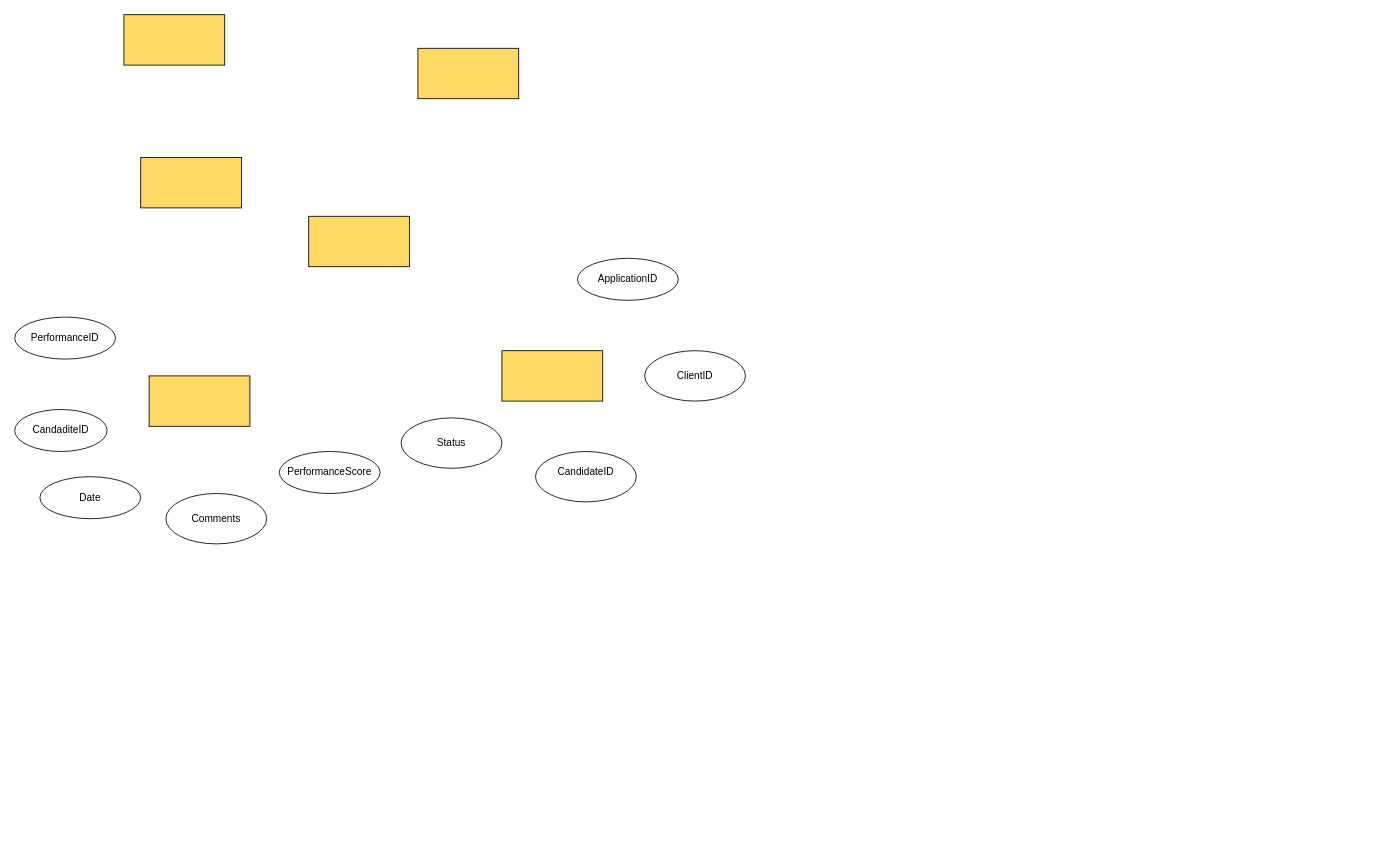
The draw.io diagram shcema.drawio in JPGR11/DataBaseCompetition, before the edit. Source tidied: cells renumbered, new cells numbered last; positions are measured from the earlier drawing's top-left corner, leaving out a move shared by most shapes. Both pictures are drawn from the tidied source at 84%, with x=0, y=0 at pixel (14, 14).
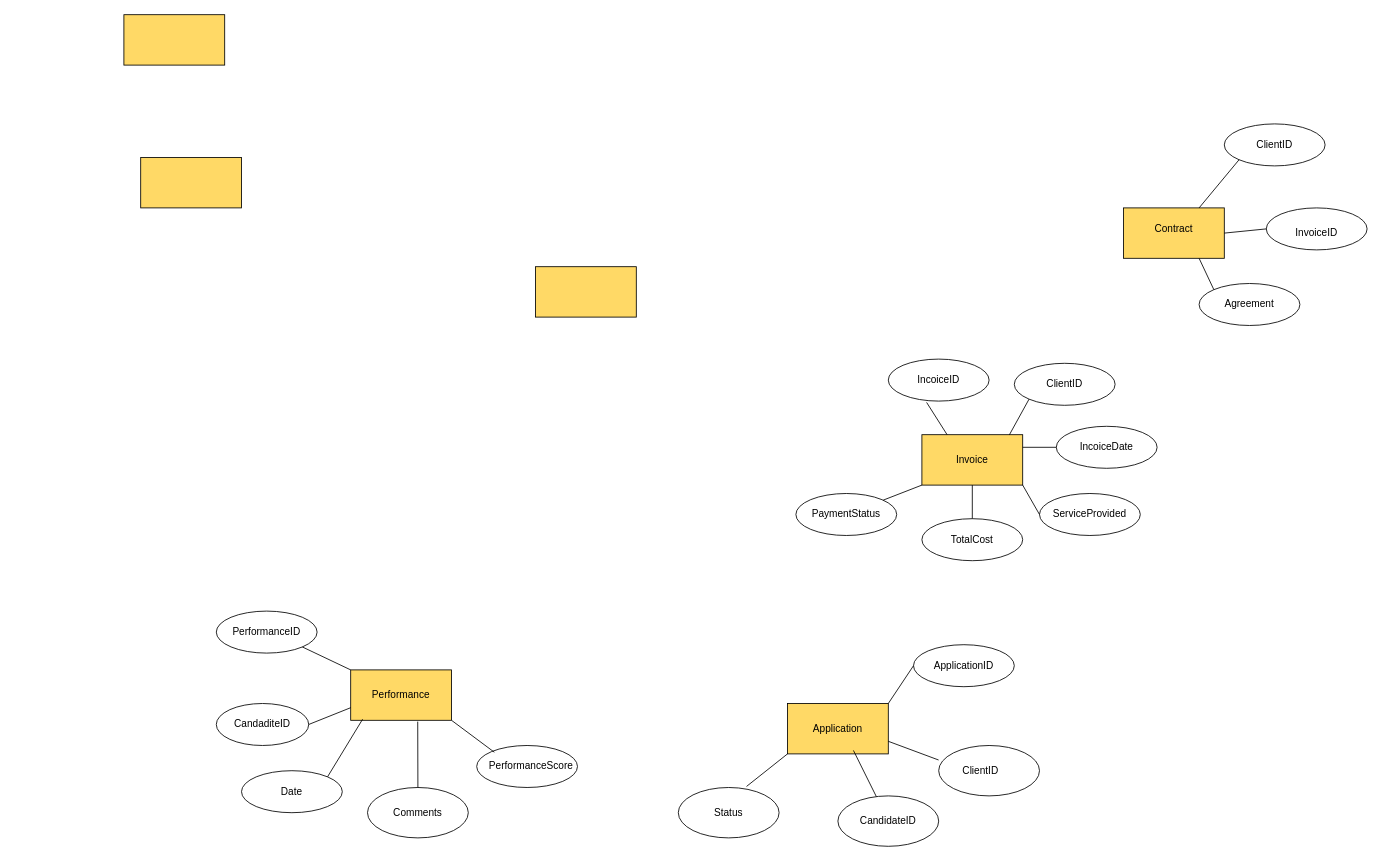
The same diagram, later.

The edit, as a diff of the source:
```diff
@@
     <mxCell id="3" style="rounded=0;whiteSpace=wrap;html=1;fillColor=#FFD966;" parent="1" vertex="1">
-      <mxGeometry x="350" y="240" width="120" height="60" as="geometry" />
+      <mxGeometry x="620" y="300" width="120" height="60" as="geometry" />
     </mxCell>
-    <mxCell id="4" style="rounded=0;whiteSpace=wrap;html=1;fillColor=#FFD966;" parent="1" vertex="1">
-      <mxGeometry x="160" y="430" width="120" height="60" as="geometry" />
-    </mxCell>
@@
-    <mxCell id="6" style="rounded=0;whiteSpace=wrap;html=1;fillColor=#FFD966;" parent="1" vertex="1">
-      <mxGeometry x="580" y="400" width="120" height="60" as="geometry" />
-    </mxCell>
-    <mxCell id="7" style="rounded=0;whiteSpace=wrap;html=1;fillColor=#FFD966;" parent="1" vertex="1">
-      <mxGeometry x="480" y="40" width="120" height="60" as="geometry" />
-    </mxCell>
-    <mxCell id="8" style="ellipse;whiteSpace=wrap;html=1;" parent="1" vertex="1">
-      <mxGeometry y="360" width="120" height="50" as="geometry" />
-    </mxCell>
-    <mxCell id="9" style="ellipse;whiteSpace=wrap;html=1;" parent="1" vertex="1">
-      <mxGeometry y="470" width="110" height="50" as="geometry" />
-    </mxCell>
     <mxCell id="10" style="ellipse;whiteSpace=wrap;html=1;" parent="1" vertex="1">
-      <mxGeometry x="315" y="520" width="120" height="50" as="geometry" />
+      <mxGeometry x="550" y="870" width="120" height="50" as="geometry" />
     </mxCell>
-    <mxCell id="11" style="ellipse;whiteSpace=wrap;html=1;" parent="1" vertex="1">
-      <mxGeometry x="180" y="570" width="120" height="60" as="geometry" />
-    </mxCell>
-    <mxCell id="12" style="ellipse;whiteSpace=wrap;html=1;" parent="1" vertex="1">
-      <mxGeometry x="30" y="550" width="120" height="50" as="geometry" />
-    </mxCell>
+    <mxCell id="26" style="rounded=0;whiteSpace=wrap;html=1;fillColor=#FFD966;" parent="1" vertex="1">
+      <mxGeometry x="1320" y="230" width="120" height="60" as="geometry" />
+    </mxCell>
+    <mxCell id="27" style="rounded=0;whiteSpace=wrap;html=1;fillColor=#FFD966;" parent="1" vertex="1">
+      <mxGeometry x="400" y="780" width="120" height="60" as="geometry" />
+    </mxCell>
+    <mxCell id="28" style="ellipse;whiteSpace=wrap;html=1;" parent="1" vertex="1">
+      <mxGeometry x="240" y="710" width="120" height="50" as="geometry" />
+    </mxCell>
+    <mxCell id="29" style="ellipse;whiteSpace=wrap;html=1;" parent="1" vertex="1">
+      <mxGeometry x="240" y="820" width="110" height="50" as="geometry" />
+    </mxCell>
+    <mxCell id="30" style="ellipse;whiteSpace=wrap;html=1;" parent="1" vertex="1">
+      <mxGeometry x="420" y="920" width="120" height="60" as="geometry" />
+    </mxCell>
+    <mxCell id="31" style="ellipse;whiteSpace=wrap;html=1;" parent="1" vertex="1">
+      <mxGeometry x="270" y="900" width="120" height="50" as="geometry" />
+    </mxCell>
     <mxCell id="13" value="PerformanceScore" style="text;html=1;align=center;verticalAlign=middle;whiteSpace=wrap;rounded=0;" parent="1" vertex="1">
-      <mxGeometry x="345" y="530" width="60" height="30" as="geometry" />
+      <mxGeometry x="585" y="880" width="60" height="30" as="geometry" />
     </mxCell>
     <mxCell id="14" value="Comments" style="text;html=1;align=center;verticalAlign=middle;whiteSpace=wrap;rounded=0;" parent="1" vertex="1">
-      <mxGeometry x="210" y="585" width="60" height="30" as="geometry" />
+      <mxGeometry x="450" y="935" width="60" height="30" as="geometry" />
     </mxCell>
     <mxCell id="15" value="Date" style="text;html=1;align=center;verticalAlign=middle;whiteSpace=wrap;rounded=0;" parent="1" vertex="1">
-      <mxGeometry x="60" y="560" width="60" height="30" as="geometry" />
+      <mxGeometry x="300" y="910" width="60" height="30" as="geometry" />
     </mxCell>
     <mxCell id="16" value="CandaditeID" style="text;html=1;align=center;verticalAlign=middle;whiteSpace=wrap;rounded=0;" parent="1" vertex="1">
-      <mxGeometry x="25" y="480" width="60" height="30" as="geometry" />
+      <mxGeometry x="265" y="830" width="60" height="30" as="geometry" />
     </mxCell>
     <mxCell id="17" value="PerformanceID" style="text;html=1;align=center;verticalAlign=middle;whiteSpace=wrap;rounded=0;" parent="1" vertex="1">
-      <mxGeometry x="30" y="370" width="60" height="30" as="geometry" />
+      <mxGeometry x="270" y="720" width="60" height="30" as="geometry" />
     </mxCell>
-    <mxCell id="18" style="ellipse;whiteSpace=wrap;html=1;" parent="1" vertex="1">
-      <mxGeometry x="620" y="520" width="120" height="60" as="geometry" />
-    </mxCell>
-    <mxCell id="19" style="ellipse;whiteSpace=wrap;html=1;" parent="1" vertex="1">
-      <mxGeometry x="670" y="290" width="120" height="50" as="geometry" />
-    </mxCell>
-    <mxCell id="20" style="ellipse;whiteSpace=wrap;html=1;" parent="1" vertex="1">
-      <mxGeometry x="750" y="400" width="120" height="60" as="geometry" />
-    </mxCell>
-    <mxCell id="21" style="ellipse;whiteSpace=wrap;html=1;" parent="1" vertex="1">
-      <mxGeometry x="460" y="480" width="120" height="60" as="geometry" />
-    </mxCell>
+    <mxCell id="32" value="Performance" style="text;html=1;align=center;verticalAlign=middle;whiteSpace=wrap;rounded=0;" parent="1" vertex="1">
+      <mxGeometry x="430" y="795" width="60" height="30" as="geometry" />
+    </mxCell>
+    <mxCell id="33" style="endArrow=none;html=1;rounded=0;exitX=1;exitY=1;exitDx=0;exitDy=0;entryX=0;entryY=0;entryDx=0;entryDy=0;" parent="1" edge="1" source="27">
+      <mxGeometry relative="1" as="geometry">
+        <mxPoint x="571" y="878" as="targetPoint" />
+      </mxGeometry>
+    </mxCell>
+    <mxCell id="34" style="endArrow=none;html=1;rounded=0;exitX=0.5;exitY=0;exitDx=0;exitDy=0;entryX=0.665;entryY=1.026;entryDx=0;entryDy=0;entryPerimeter=0;" parent="1" edge="1" source="30" target="27">
+      <mxGeometry relative="1" as="geometry" />
+    </mxCell>
+    <mxCell id="35" style="endArrow=none;html=1;rounded=0;exitX=1;exitY=0;exitDx=0;exitDy=0;entryX=0.118;entryY=0.979;entryDx=0;entryDy=0;entryPerimeter=0;" parent="1" edge="1" source="31" target="27">
+      <mxGeometry relative="1" as="geometry" />
+    </mxCell>
+    <mxCell id="36" style="endArrow=none;html=1;rounded=0;exitX=1;exitY=0.5;exitDx=0;exitDy=0;entryX=0;entryY=0.75;entryDx=0;entryDy=0;" parent="1" edge="1" source="29" target="27">
+      <mxGeometry relative="1" as="geometry" />
+    </mxCell>
+    <mxCell id="37" style="endArrow=none;html=1;rounded=0;exitX=1;exitY=1;exitDx=0;exitDy=0;entryX=0;entryY=0;entryDx=0;entryDy=0;" parent="1" edge="1" source="28" target="27">
+      <mxGeometry relative="1" as="geometry" />
+    </mxCell>
+    <mxCell id="38" style="rounded=0;whiteSpace=wrap;html=1;fillColor=#FFD966;" parent="1" vertex="1">
+      <mxGeometry x="920" y="820" width="120" height="60" as="geometry" />
+    </mxCell>
+    <mxCell id="39" style="ellipse;whiteSpace=wrap;html=1;" parent="1" vertex="1">
+      <mxGeometry x="980" y="930" width="120" height="60" as="geometry" />
+    </mxCell>
+    <mxCell id="40" style="ellipse;whiteSpace=wrap;html=1;" parent="1" vertex="1">
+      <mxGeometry x="1070" y="750" width="120" height="50" as="geometry" />
+    </mxCell>
+    <mxCell id="41" style="ellipse;whiteSpace=wrap;html=1;" parent="1" vertex="1">
+      <mxGeometry x="1100" y="870" width="120" height="60" as="geometry" />
+    </mxCell>
+    <mxCell id="42" style="ellipse;whiteSpace=wrap;html=1;" parent="1" vertex="1">
+      <mxGeometry x="790" y="920" width="120" height="60" as="geometry" />
+    </mxCell>
     <mxCell id="22" value="Status" style="text;html=1;align=center;verticalAlign=middle;whiteSpace=wrap;rounded=0;" parent="1" vertex="1">
-      <mxGeometry x="490" y="495" width="60" height="30" as="geometry" />
+      <mxGeometry x="820" y="935" width="60" height="30" as="geometry" />
     </mxCell>
     <mxCell id="23" value="CandidateID" style="text;html=1;align=center;verticalAlign=middle;whiteSpace=wrap;rounded=0;" parent="1" vertex="1">
-      <mxGeometry x="650" y="530" width="60" height="30" as="geometry" />
+      <mxGeometry x="1010" y="945" width="60" height="30" as="geometry" />
     </mxCell>
-    <mxCell id="24" value="ClientID" style="text;html=1;align=center;verticalAlign=middle;whiteSpace=wrap;rounded=0;" parent="1" vertex="1">
-      <mxGeometry x="780" y="415" width="60" height="30" as="geometry" />
-    </mxCell>
+    <mxCell id="43" value="ClientID" style="text;html=1;align=center;verticalAlign=middle;whiteSpace=wrap;rounded=0;" parent="1" vertex="1">
+      <mxGeometry x="1120" y="885" width="60" height="30" as="geometry" />
+    </mxCell>
     <mxCell id="25" value="ApplicationID" style="text;html=1;align=center;verticalAlign=middle;whiteSpace=wrap;rounded=0;" parent="1" vertex="1">
-      <mxGeometry x="700" y="300" width="60" height="30" as="geometry" />
+      <mxGeometry x="1100" y="760" width="60" height="30" as="geometry" />
     </mxCell>
+    <mxCell id="44" value="Application" style="text;html=1;align=center;verticalAlign=middle;whiteSpace=wrap;rounded=0;" parent="1" vertex="1">
+      <mxGeometry x="950" y="835" width="60" height="30" as="geometry" />
+    </mxCell>
+    <mxCell id="45" style="endArrow=none;html=1;rounded=0;exitX=-0.001;exitY=0.288;exitDx=0;exitDy=0;exitPerimeter=0;entryX=1;entryY=0.75;entryDx=0;entryDy=0;" parent="1" edge="1" source="41" target="38">
+      <mxGeometry relative="1" as="geometry" />
+    </mxCell>
+    <mxCell id="46" style="endArrow=none;html=1;rounded=0;entryX=0.654;entryY=0.931;entryDx=0;entryDy=0;entryPerimeter=0;" parent="1" edge="1" source="39" target="38">
+      <mxGeometry relative="1" as="geometry" />
+    </mxCell>
+    <mxCell id="47" style="endArrow=none;html=1;rounded=0;exitX=0.677;exitY=-0.021;exitDx=0;exitDy=0;exitPerimeter=0;entryX=0;entryY=1;entryDx=0;entryDy=0;" parent="1" edge="1" source="42" target="38">
+      <mxGeometry relative="1" as="geometry" />
+    </mxCell>
+    <mxCell id="48" style="endArrow=none;html=1;rounded=0;entryX=0;entryY=0.5;entryDx=0;entryDy=0;exitX=1;exitY=0;exitDx=0;exitDy=0;" parent="1" edge="1" source="38" target="40">
+      <mxGeometry relative="1" as="geometry" />
+    </mxCell>
+    <mxCell id="49" style="rounded=0;whiteSpace=wrap;html=1;fillColor=#FFD966;" parent="1" vertex="1">
+      <mxGeometry x="1080" y="500" width="120" height="60" as="geometry" />
+    </mxCell>
+    <mxCell id="50" style="ellipse;whiteSpace=wrap;html=1;" parent="1" vertex="1">
+      <mxGeometry x="1040" y="410" width="120" height="50" as="geometry" />
+    </mxCell>
+    <mxCell id="51" style="ellipse;whiteSpace=wrap;html=1;" parent="1" vertex="1">
+      <mxGeometry x="930" y="570" width="120" height="50" as="geometry" />
+    </mxCell>
+    <mxCell id="52" style="ellipse;whiteSpace=wrap;html=1;" parent="1" vertex="1">
+      <mxGeometry x="1080" y="600" width="120" height="50" as="geometry" />
+    </mxCell>
+    <mxCell id="53" style="ellipse;whiteSpace=wrap;html=1;" parent="1" vertex="1">
+      <mxGeometry x="1190" y="415" width="120" height="50" as="geometry" />
+    </mxCell>
+    <mxCell id="54" style="ellipse;whiteSpace=wrap;html=1;" parent="1" vertex="1">
+      <mxGeometry x="1240" y="490" width="120" height="50" as="geometry" />
+    </mxCell>
+    <mxCell id="55" style="ellipse;whiteSpace=wrap;html=1;" parent="1" vertex="1">
+      <mxGeometry x="1220" y="570" width="120" height="50" as="geometry" />
+    </mxCell>
+    <mxCell id="56" value="IncoiceDate" style="text;html=1;align=center;verticalAlign=middle;whiteSpace=wrap;rounded=0;" parent="1" vertex="1">
+      <mxGeometry x="1270" y="500" width="60" height="30" as="geometry" />
+    </mxCell>
+    <mxCell id="57" value="ClientID" style="text;html=1;align=center;verticalAlign=middle;whiteSpace=wrap;rounded=0;" parent="1" vertex="1">
+      <mxGeometry x="1220" y="425" width="60" height="30" as="geometry" />
+    </mxCell>
+    <mxCell id="58" value="IncoiceID" style="text;html=1;align=center;verticalAlign=middle;whiteSpace=wrap;rounded=0;" parent="1" vertex="1">
+      <mxGeometry x="1070" y="420" width="60" height="30" as="geometry" />
+    </mxCell>
+    <mxCell id="59" value="ServiceProvided" style="text;html=1;align=center;verticalAlign=middle;whiteSpace=wrap;rounded=0;" parent="1" vertex="1">
+      <mxGeometry x="1250" y="580" width="60" height="30" as="geometry" />
+    </mxCell>
+    <mxCell id="60" value="TotalCost" style="text;html=1;align=center;verticalAlign=middle;whiteSpace=wrap;rounded=0;" parent="1" vertex="1">
+      <mxGeometry x="1110" y="610" width="60" height="30" as="geometry" />
+    </mxCell>
+    <mxCell id="61" value="PaymentStatus" style="text;html=1;align=center;verticalAlign=middle;whiteSpace=wrap;rounded=0;" parent="1" vertex="1">
+      <mxGeometry x="960" y="580" width="60" height="30" as="geometry" />
+    </mxCell>
+    <mxCell id="62" value="Invoice" style="text;html=1;align=center;verticalAlign=middle;whiteSpace=wrap;rounded=0;" parent="1" vertex="1">
+      <mxGeometry x="1110" y="515" width="60" height="30" as="geometry" />
+    </mxCell>
+    <mxCell id="63" style="endArrow=none;html=1;rounded=0;entryX=0;entryY=0.5;entryDx=0;entryDy=0;exitX=1;exitY=0.25;exitDx=0;exitDy=0;" parent="1" edge="1" source="49" target="54">
+      <mxGeometry relative="1" as="geometry" />
+    </mxCell>
+    <mxCell id="64" style="endArrow=none;html=1;rounded=0;exitX=0;exitY=0.5;exitDx=0;exitDy=0;entryX=1;entryY=1;entryDx=0;entryDy=0;" parent="1" edge="1" source="55" target="49">
+      <mxGeometry relative="1" as="geometry" />
+    </mxCell>
+    <mxCell id="65" style="endArrow=none;html=1;rounded=0;entryX=0.5;entryY=1;entryDx=0;entryDy=0;exitX=0.5;exitY=0;exitDx=0;exitDy=0;" parent="1" edge="1" source="52" target="49">
+      <mxGeometry relative="1" as="geometry" />
+    </mxCell>
+    <mxCell id="66" style="endArrow=none;html=1;rounded=0;entryX=0;entryY=1;entryDx=0;entryDy=0;" parent="1" edge="1" source="51" target="49">
+      <mxGeometry relative="1" as="geometry" />
+    </mxCell>
+    <mxCell id="67" style="endArrow=none;html=1;rounded=0;exitX=0.25;exitY=0;exitDx=0;exitDy=0;entryX=0.38;entryY=1.031;entryDx=0;entryDy=0;entryPerimeter=0;" parent="1" edge="1" source="49" target="50">
+      <mxGeometry relative="1" as="geometry" />
+    </mxCell>
+    <mxCell id="68" style="endArrow=none;html=1;rounded=0;entryX=0;entryY=1;entryDx=0;entryDy=0;exitX=0.868;exitY=0.002;exitDx=0;exitDy=0;exitPerimeter=0;" parent="1" edge="1" source="49" target="53">
+      <mxGeometry relative="1" as="geometry" />
+    </mxCell>
+    <mxCell id="69" style="ellipse;whiteSpace=wrap;html=1;" parent="1" vertex="1">
+      <mxGeometry x="1440" y="130" width="120" height="50" as="geometry" />
+    </mxCell>
+    <mxCell id="70" style="ellipse;whiteSpace=wrap;html=1;" parent="1" vertex="1">
+      <mxGeometry x="1490" y="230" width="120" height="50" as="geometry" />
+    </mxCell>
+    <mxCell id="71" style="ellipse;whiteSpace=wrap;html=1;" parent="1" vertex="1">
+      <mxGeometry x="1410" y="320" width="120" height="50" as="geometry" />
+    </mxCell>
+    <mxCell id="72" value="Agreement" style="text;html=1;align=center;verticalAlign=middle;whiteSpace=wrap;rounded=0;" parent="1" vertex="1">
+      <mxGeometry x="1440" y="330" width="60" height="30" as="geometry" />
+    </mxCell>
+    <mxCell id="73" value="InvoiceID" style="text;html=1;align=center;verticalAlign=middle;whiteSpace=wrap;rounded=0;" parent="1" vertex="1">
+      <mxGeometry x="1520" y="245" width="60" height="30" as="geometry" />
+    </mxCell>
+    <mxCell id="74" value="ClientID" style="text;html=1;align=center;verticalAlign=middle;whiteSpace=wrap;rounded=0;" parent="1" vertex="1">
+      <mxGeometry x="1470" y="140" width="60" height="30" as="geometry" />
+    </mxCell>
+    <mxCell id="75" style="endArrow=none;html=1;rounded=0;entryX=0;entryY=1;entryDx=0;entryDy=0;exitX=0.75;exitY=0;exitDx=0;exitDy=0;" parent="1" edge="1" source="26" target="69">
+      <mxGeometry relative="1" as="geometry" />
+    </mxCell>
+    <mxCell id="76" style="endArrow=none;html=1;rounded=0;exitX=0;exitY=0.5;exitDx=0;exitDy=0;entryX=1;entryY=0.5;entryDx=0;entryDy=0;" parent="1" edge="1" source="70" target="26">
+      <mxGeometry relative="1" as="geometry" />
+    </mxCell>
+    <mxCell id="77" style="endArrow=none;html=1;rounded=0;exitX=0.75;exitY=1;exitDx=0;exitDy=0;entryX=0;entryY=0;entryDx=0;entryDy=0;" parent="1" edge="1" source="26" target="71">
+      <mxGeometry relative="1" as="geometry" />
+    </mxCell>
+    <mxCell id="78" value="Contract" style="text;html=1;align=center;verticalAlign=middle;whiteSpace=wrap;rounded=0;" parent="1" vertex="1">
+      <mxGeometry x="1350" y="240" width="60" height="30" as="geometry" />
+    </mxCell>
```
